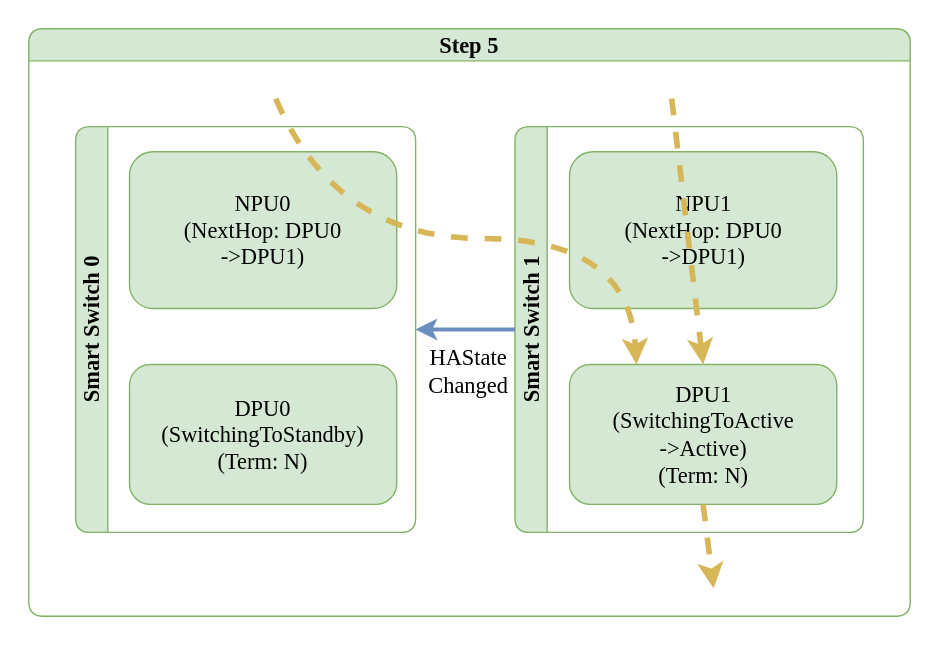
sonic-net/SONiC keeps this draw.io diagram as doc/smart-switch/high-availability/images/ha-planned-events-switchover-step-5.svg. Above is the earlier version. Source tidied: cells renumbered, new cells last; positions are measured from the earlier drawing's top-left corner, leaving out a move shared by most shapes.
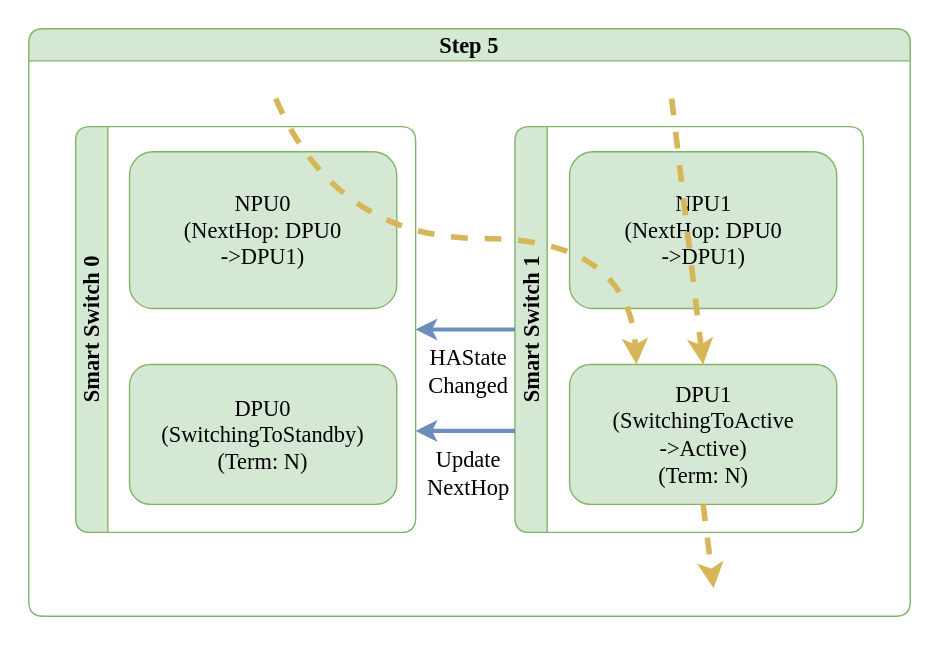
The same file after the commit.

The edit, as a diff of the source:
```diff
@@ -45,5 +45,8 @@
         <mxPoint x="489.5" y="400" as="targetPoint" />
       </mxGeometry>
     </mxCell>
+    <mxCell id="13" value="Update&lt;br&gt;NextHop" style="endArrow=none;startArrow=classic;html=1;rounded=0;exitX=1;exitY=0.75;exitDx=0;exitDy=0;entryX=0;entryY=0.75;entryDx=0;entryDy=0;fillColor=#dae8fc;strokeColor=#6c8ebf;strokeWidth=3;fontFamily=Monaco;fontSize=16;startFill=1;endFill=0;labelBackgroundColor=none;" parent="2" edge="1" source="3" target="6">
+      <mxGeometry x="0.04" y="-30" relative="1" as="geometry" />
+    </mxCell>
   </root>
 </mxGraphModel>
```
